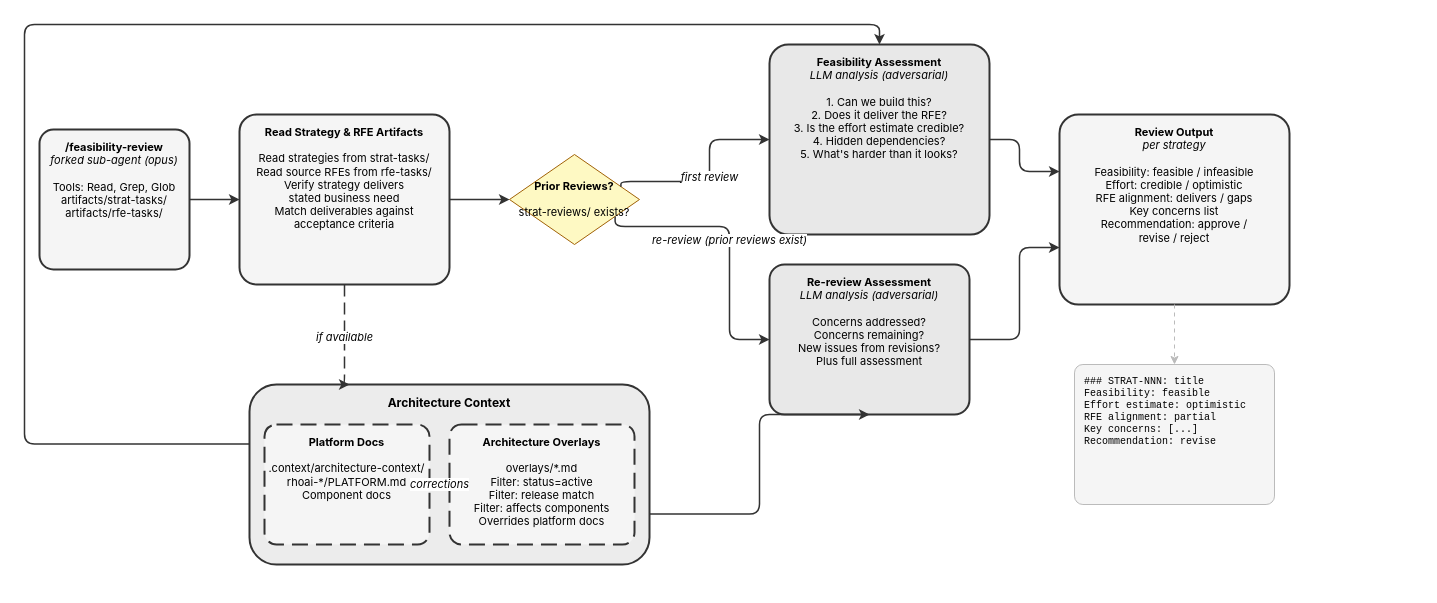
Earlier version of the draw.io diagram site/docs/plugins/rfe-creator/feasibility-review.drawio (fege/skills-registry). Source tidied: cells renumbered, new cells numbered last; positions are measured from the earlier drawing's top-left corner, leaving out a move shared by most shapes. Both pictures are drawn from the tidied source at 100%, with x=0, y=0 at pixel (24, 24).
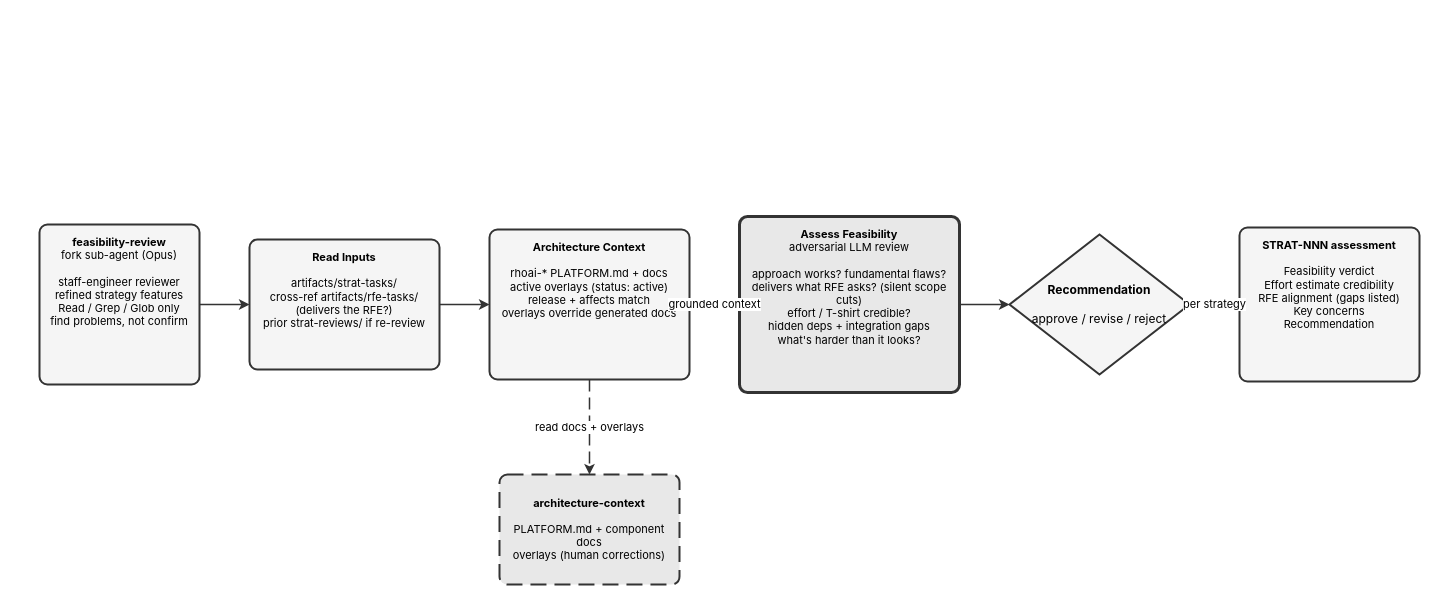
After the change.

The edit, as a diff of the source:
```diff
@@
-    <mxCell id="2" value="&lt;b&gt;/feasibility-review&lt;/b&gt;&lt;br&gt;&lt;i&gt;forked sub-agent (opus)&lt;/i&gt;&lt;br&gt;&lt;br&gt;Tools: Read, Grep, Glob&lt;br&gt;artifacts/strat-tasks/&lt;br&gt;artifacts/rfe-tasks/" style="rounded=1;whiteSpace=wrap;html=1;fillColor=#f5f5f5;strokeColor=#333333;strokeWidth=2;arcSize=10;verticalAlign=top;spacingTop=5;fontSize=11;fontFamily=Inter,Helvetica,Arial,sans-serif;" parent="1" vertex="1">
-      <mxGeometry x="15" y="105" width="150" height="140" as="geometry" />
+    <mxCell id="2" value="&lt;b&gt;feasibility-review&lt;/b&gt;&lt;br&gt;fork sub-agent (Opus)&lt;br&gt;&lt;br&gt;staff-engineer reviewer&lt;br&gt;refined strategy features&lt;br&gt;Read / Grep / Glob only&lt;br&gt;find problems, not confirm" style="rounded=1;whiteSpace=wrap;html=1;fillColor=#f5f5f5;strokeColor=#333333;strokeWidth=2;verticalAlign=top;spacingTop=5;fontSize=11;fontFamily=Inter,Helvetica,Arial,sans-serif;arcSize=16;absoluteArcSize=1;" parent="1" vertex="1">
+      <mxGeometry x="15" y="200" width="160" height="160" as="geometry" />
     </mxCell>
-    <mxCell id="3" value="&lt;b&gt;Read Strategy &amp; RFE Artifacts&lt;/b&gt;&lt;br&gt;&lt;br&gt;Read strategies from strat-tasks/&lt;br&gt;Read source RFEs from rfe-tasks/&lt;br&gt;Verify strategy delivers&lt;br&gt;stated business need&lt;br&gt;Match deliverables against&lt;br&gt;acceptance criteria" style="rounded=1;whiteSpace=wrap;html=1;fillColor=#f5f5f5;strokeColor=#333333;strokeWidth=2;arcSize=10;verticalAlign=top;spacingTop=5;fontSize=11;fontFamily=Inter,Helvetica,Arial,sans-serif;" parent="1" vertex="1">
-      <mxGeometry x="215" y="90" width="210" height="170" as="geometry" />
+    <mxCell id="3" value="&lt;b&gt;Read Inputs&lt;/b&gt;&lt;br&gt;&lt;br&gt;artifacts/strat-tasks/&lt;br&gt;cross-ref artifacts/rfe-tasks/ (delivers the RFE?)&lt;br&gt;prior strat-reviews/ if re-review" style="rounded=1;whiteSpace=wrap;html=1;fillColor=#f5f5f5;strokeColor=#333333;strokeWidth=2;verticalAlign=top;spacingTop=5;fontSize=11;fontFamily=Inter,Helvetica,Arial,sans-serif;arcSize=16;absoluteArcSize=1;" parent="1" vertex="1">
+      <mxGeometry x="225" y="215" width="190" height="130" as="geometry" />
     </mxCell>
-    <mxCell id="4" value="&lt;b&gt;Prior Reviews?&lt;/b&gt;&lt;br&gt;&lt;br&gt;strat-reviews/ exists?" style="rhombus;whiteSpace=wrap;html=1;fillColor=#fef9c3;strokeColor=#a16207;strokeWidth=1;arcSize=10;verticalAlign=middle;fontSize=11;fontFamily=Inter,Helvetica,Arial,sans-serif;" parent="1" vertex="1">
-      <mxGeometry x="485" y="130" width="130" height="90" as="geometry" />
-    </mxCell>
-    <mxCell id="5" value="&lt;b&gt;Architecture Context&lt;/b&gt;" style="rounded=1;whiteSpace=wrap;html=1;fillColor=#ececec;strokeColor=#333333;strokeWidth=2;verticalAlign=top;spacingTop=5;fontSize=12;fontStyle=1;fontFamily=Inter,Helvetica,Arial,sans-serif;" parent="1" vertex="1">
-      <mxGeometry x="225" y="360" width="400" height="180" as="geometry" />
-    </mxCell>
-    <mxCell id="6" value="&lt;b&gt;Platform Docs&lt;/b&gt;&lt;br&gt;&lt;br&gt;.context/architecture-context/&lt;br&gt;rhoai-*/PLATFORM.md&lt;br&gt;Component docs" style="rounded=1;whiteSpace=wrap;html=1;fillColor=#f5f5f5;strokeColor=#333333;strokeWidth=2;arcSize=10;dashed=1;dashPattern=8 4;verticalAlign=top;spacingTop=5;fontSize=11;fontFamily=Inter,Helvetica,Arial,sans-serif;" parent="5" vertex="1">
-      <mxGeometry x="15" y="40" width="165" height="120" as="geometry" />
-    </mxCell>
-    <mxCell id="7" value="&lt;b&gt;Architecture Overlays&lt;/b&gt;&lt;br&gt;&lt;br&gt;overlays/*.md&lt;br&gt;Filter: status=active&lt;br&gt;Filter: release match&lt;br&gt;Filter: affects components&lt;br&gt;Overrides platform docs" style="rounded=1;whiteSpace=wrap;html=1;fillColor=#f5f5f5;strokeColor=#333333;strokeWidth=2;arcSize=10;dashed=1;dashPattern=8 4;verticalAlign=top;spacingTop=5;fontSize=11;fontFamily=Inter,Helvetica,Arial,sans-serif;" parent="5" vertex="1">
-      <mxGeometry x="200" y="40" width="185" height="120" as="geometry" />
-    </mxCell>
+    <mxCell id="23" value="&lt;b&gt;Architecture Context&lt;/b&gt;&lt;br&gt;&lt;br&gt;rhoai-* PLATFORM.md + docs&lt;br&gt;active overlays (status: active)&lt;br&gt;release + affects match&lt;br&gt;overlays override generated docs" style="rounded=1;whiteSpace=wrap;html=1;fillColor=#f5f5f5;strokeColor=#333333;strokeWidth=2;verticalAlign=top;spacingTop=5;fontSize=11;fontFamily=Inter,Helvetica,Arial,sans-serif;arcSize=16;absoluteArcSize=1;" parent="1" vertex="1">
+      <mxGeometry x="465" y="205" width="200" height="150" as="geometry" />
+    </mxCell>
-    <mxCell id="8" value="&lt;b&gt;Feasibility Assessment&lt;/b&gt;&lt;br&gt;&lt;i&gt;LLM analysis (adversarial)&lt;/i&gt;&lt;br&gt;&lt;br&gt;1. Can we build this?&lt;br&gt;2. Does it deliver the RFE?&lt;br&gt;3. Is the effort estimate credible?&lt;br&gt;4. Hidden dependencies?&lt;br&gt;5. What's harder than it looks?" style="rounded=1;whiteSpace=wrap;html=1;fillColor=#e8e8e8;strokeColor=#333333;strokeWidth=2;arcSize=10;verticalAlign=top;spacingTop=5;fontSize=11;fontFamily=Inter,Helvetica,Arial,sans-serif;" parent="1" vertex="1">
-      <mxGeometry x="745" y="20" width="220" height="190" as="geometry" />
+    <mxCell id="8" value="&lt;b&gt;Assess Feasibility&lt;/b&gt;&lt;br&gt;adversarial LLM review&lt;br&gt;&lt;br&gt;approach works? fundamental flaws?&lt;br&gt;delivers what RFE asks? (silent scope cuts)&lt;br&gt;effort / T-shirt credible?&lt;br&gt;hidden deps + integration gaps&lt;br&gt;what's harder than it looks?" style="rounded=1;whiteSpace=wrap;html=1;fillColor=#e8e8e8;strokeColor=#333333;strokeWidth=3;verticalAlign=top;spacingTop=5;fontSize=11;fontFamily=Inter,Helvetica,Arial,sans-serif;double=1;arcSize=16;absoluteArcSize=1;" parent="1" vertex="1">
+      <mxGeometry x="715" y="192" width="220" height="176" as="geometry" />
     </mxCell>
-    <mxCell id="9" value="&lt;b&gt;Re-review Assessment&lt;/b&gt;&lt;br&gt;&lt;i&gt;LLM analysis (adversarial)&lt;/i&gt;&lt;br&gt;&lt;br&gt;Concerns addressed?&lt;br&gt;Concerns remaining?&lt;br&gt;New issues from revisions?&lt;br&gt;Plus full assessment" style="rounded=1;whiteSpace=wrap;html=1;fillColor=#e8e8e8;strokeColor=#333333;strokeWidth=2;arcSize=10;verticalAlign=top;spacingTop=5;fontSize=11;fontFamily=Inter,Helvetica,Arial,sans-serif;" parent="1" vertex="1">
-      <mxGeometry x="745" y="240" width="200" height="150" as="geometry" />
-    </mxCell>
-    <mxCell id="10" value="&lt;b&gt;Review Output&lt;/b&gt;&lt;br&gt;&lt;i&gt;per strategy&lt;/i&gt;&lt;br&gt;&lt;br&gt;Feasibility: feasible / infeasible&lt;br&gt;Effort: credible / optimistic&lt;br&gt;RFE alignment: delivers / gaps&lt;br&gt;Key concerns list&lt;br&gt;Recommendation: approve /&lt;br&gt;revise / reject" style="rounded=1;whiteSpace=wrap;html=1;fillColor=#f5f5f5;strokeColor=#333333;strokeWidth=2;arcSize=10;verticalAlign=top;spacingTop=5;fontSize=11;fontFamily=Inter,Helvetica,Arial,sans-serif;" parent="1" vertex="1">
-      <mxGeometry x="1035" y="90" width="230" height="190" as="geometry" />
-    </mxCell>
-    <mxCell id="11" value="### STRAT-NNN: title&lt;br&gt;Feasibility: feasible&lt;br&gt;Effort estimate: optimistic&lt;br&gt;RFE alignment: partial&lt;br&gt;Key concerns: [...]&lt;br&gt;Recommendation: revise" style="rounded=1;whiteSpace=wrap;html=1;fillColor=#f5f5f5;strokeColor=#bbbbbb;strokeWidth=1;arcSize=6;verticalAlign=top;spacingTop=5;align=left;spacingLeft=8;fontSize=10;fontFamily=JetBrains Mono,Courier New,monospace;" parent="1" vertex="1">
-      <mxGeometry x="1050" y="340" width="200" height="140" as="geometry" />
-    </mxCell>
+    <mxCell id="24" value="&lt;b&gt;Recommendation&lt;/b&gt;&lt;br&gt;&lt;br&gt;approve / revise / reject" style="rhombus;whiteSpace=wrap;html=1;fillColor=#f5f5f5;strokeColor=#333333;strokeWidth=2;fontSize=12;fontFamily=Inter,Helvetica,Arial,sans-serif;" parent="1" vertex="1">
+      <mxGeometry x="985" y="210" width="180" height="140" as="geometry" />
+    </mxCell>
+    <mxCell id="25" value="&lt;b&gt;STRAT-NNN assessment&lt;/b&gt;&lt;br&gt;&lt;br&gt;Feasibility verdict&lt;br&gt;Effort estimate credibility&lt;br&gt;RFE alignment (gaps listed)&lt;br&gt;Key concerns&lt;br&gt;Recommendation" style="rounded=1;whiteSpace=wrap;html=1;fillColor=#f5f5f5;strokeColor=#333333;strokeWidth=2;verticalAlign=top;spacingTop=5;fontSize=11;fontFamily=Inter,Helvetica,Arial,sans-serif;arcSize=16;absoluteArcSize=1;" parent="1" vertex="1">
+      <mxGeometry x="1215" y="203" width="180" height="154" as="geometry" />
+    </mxCell>
+    <mxCell id="26" value="&lt;b&gt;architecture-context&lt;/b&gt;&lt;br&gt;&lt;br&gt;PLATFORM.md + component docs&lt;br&gt;overlays (human corrections)" style="rounded=1;whiteSpace=wrap;html=1;fillColor=#e8e8e8;strokeColor=#333333;strokeWidth=2;dashed=1;dashPattern=8 4;verticalAlign=middle;fontSize=11;fontFamily=Inter,Helvetica,Arial,sans-serif;arcSize=16;absoluteArcSize=1;" parent="1" vertex="1">
+      <mxGeometry x="475" y="450" width="180" height="110" as="geometry" />
+    </mxCell>
-    <mxCell id="12" style="edgeStyle=orthogonalEdgeStyle;rounded=1;strokeColor=#333333;strokeWidth=1.5;html=1;fontFamily=Inter,Helvetica,Arial,sans-serif;exitX=1;exitY=0.5;exitDx=0;exitDy=0;entryX=0;entryY=0.5;entryDx=0;entryDy=0;" parent="1" edge="1" source="2" target="3">
+    <mxCell id="12" style="edgeStyle=orthogonalEdgeStyle;rounded=1;strokeColor=#333333;strokeWidth=1.5;html=1;fontFamily=Inter,Helvetica,Arial,sans-serif;exitX=1.0;exitY=0.5;exitDx=0;exitDy=0;entryX=0.0;entryY=0.5;entryDx=0;entryDy=0;" parent="1" edge="1" source="2" target="3">
       <mxGeometry relative="1" as="geometry" />
     </mxCell>
-    <mxCell id="13" style="edgeStyle=orthogonalEdgeStyle;rounded=1;strokeColor=#333333;strokeWidth=1.5;html=1;fontFamily=Inter,Helvetica,Arial,sans-serif;exitX=1;exitY=0.5;exitDx=0;exitDy=0;entryX=0;entryY=0.5;entryDx=0;entryDy=0;" parent="1" edge="1" source="3" target="4">
-      <mxGeometry relative="1" as="geometry" />
-    </mxCell>
-    <mxCell id="14" value="if available" style="edgeStyle=orthogonalEdgeStyle;rounded=1;strokeColor=#333333;strokeWidth=1.5;dashed=1;dashPattern=8 4;html=1;fontStyle=2;fontSize=11;fontFamily=Inter,Helvetica,Arial,sans-serif;exitX=0.5;exitY=1;exitDx=0;exitDy=0;entryX=0.25;entryY=0;entryDx=0;entryDy=0;" parent="1" edge="1" source="3" target="5">
-      <mxGeometry relative="1" as="geometry">
-        <Array as="points">
-          <mxPoint x="320" y="360" />
-        </Array>
-      </mxGeometry>
-    </mxCell>
-    <mxCell id="15" value="corrections" style="edgeStyle=orthogonalEdgeStyle;rounded=1;strokeColor=#333333;strokeWidth=1.5;html=1;fontStyle=2;fontSize=11;fontFamily=Inter,Helvetica,Arial,sans-serif;exitX=1;exitY=0.5;exitDx=0;exitDy=0;entryX=0;entryY=0.5;entryDx=0;entryDy=0;" parent="1" edge="1" source="6" target="7">
-      <mxGeometry relative="1" as="geometry" />
-    </mxCell>
-    <mxCell id="16" value="first review" style="edgeStyle=orthogonalEdgeStyle;rounded=1;strokeColor=#333333;strokeWidth=1.5;html=1;fontStyle=2;fontSize=11;fontFamily=Inter,Helvetica,Arial,sans-serif;exitX=1;exitY=0.3;exitDx=0;exitDy=0;entryX=0;entryY=0.5;entryDx=0;entryDy=0;" parent="1" edge="1" source="4" target="8">
-      <mxGeometry relative="1" as="geometry">
-        <Array as="points">
-          <mxPoint x="685" y="157" />
-          <mxPoint x="685" y="115" />
-        </Array>
-      </mxGeometry>
-    </mxCell>
-    <mxCell id="17" value="re-review (prior reviews exist)" style="edgeStyle=orthogonalEdgeStyle;rounded=1;strokeColor=#333333;strokeWidth=1.5;html=1;fontStyle=2;fontSize=11;fontFamily=Inter,Helvetica,Arial,sans-serif;exitX=1;exitY=0.8;exitDx=0;exitDy=0;entryX=0;entryY=0.5;entryDx=0;entryDy=0;" parent="1" edge="1" source="4" target="9">
-      <mxGeometry relative="1" as="geometry">
-        <Array as="points">
-          <mxPoint x="705" y="202" />
-          <mxPoint x="705" y="315" />
-        </Array>
-      </mxGeometry>
-    </mxCell>
-    <mxCell id="18" style="edgeStyle=orthogonalEdgeStyle;rounded=1;strokeColor=#333333;strokeWidth=1.5;html=1;fontFamily=Inter,Helvetica,Arial,sans-serif;exitX=0;exitY=0.33;exitDx=0;exitDy=0;entryX=0.5;entryY=0;entryDx=0;entryDy=0;" parent="1" edge="1" source="5" target="8">
-      <mxGeometry relative="1" as="geometry">
-        <Array as="points">
-          <mxPoint y="420" />
-          <mxPoint />
-          <mxPoint x="855" />
-        </Array>
-      </mxGeometry>
-    </mxCell>
-    <mxCell id="19" style="edgeStyle=orthogonalEdgeStyle;rounded=1;strokeColor=#333333;strokeWidth=1.5;html=1;fontFamily=Inter,Helvetica,Arial,sans-serif;exitX=1;exitY=0.72;exitDx=0;exitDy=0;entryX=0.5;entryY=1;entryDx=0;entryDy=0;" parent="1" edge="1" source="5" target="9">
-      <mxGeometry relative="1" as="geometry">
-        <Array as="points">
-          <mxPoint x="735" y="490" />
-          <mxPoint x="735" y="390" />
-          <mxPoint x="845" y="390" />
-        </Array>
-      </mxGeometry>
-    </mxCell>
-    <mxCell id="20" style="edgeStyle=orthogonalEdgeStyle;rounded=1;strokeColor=#333333;strokeWidth=1.5;html=1;fontFamily=Inter,Helvetica,Arial,sans-serif;exitX=1;exitY=0.5;exitDx=0;exitDy=0;entryX=0;entryY=0.3;entryDx=0;entryDy=0;" parent="1" edge="1" source="8" target="10">
-      <mxGeometry relative="1" as="geometry">
-        <Array as="points">
-          <mxPoint x="995" y="115" />
-          <mxPoint x="995" y="147" />
-        </Array>
-      </mxGeometry>
-    </mxCell>
-    <mxCell id="21" style="edgeStyle=orthogonalEdgeStyle;rounded=1;strokeColor=#333333;strokeWidth=1.5;html=1;fontFamily=Inter,Helvetica,Arial,sans-serif;exitX=1;exitY=0.5;exitDx=0;exitDy=0;entryX=0;entryY=0.7;entryDx=0;entryDy=0;" parent="1" edge="1" source="9" target="10">
-      <mxGeometry relative="1" as="geometry">
-        <Array as="points">
-          <mxPoint x="995" y="315" />
-          <mxPoint x="995" y="223" />
-        </Array>
-      </mxGeometry>
-    </mxCell>
-    <mxCell id="22" style="edgeStyle=orthogonalEdgeStyle;rounded=1;strokeColor=#bbbbbb;strokeWidth=1;dashed=1;dashPattern=4 4;html=1;fontFamily=Inter,Helvetica,Arial,sans-serif;exitX=0.5;exitY=1;exitDx=0;exitDy=0;entryX=0.5;entryY=0;entryDx=0;entryDy=0;" parent="1" edge="1" source="10" target="11">
-      <mxGeometry relative="1" as="geometry">
-        <Array as="points">
-          <mxPoint x="1150" y="340" />
-        </Array>
-      </mxGeometry>
-    </mxCell>
+    <mxCell id="27" style="edgeStyle=orthogonalEdgeStyle;rounded=1;strokeColor=#333333;strokeWidth=1.5;html=1;fontFamily=Inter,Helvetica,Arial,sans-serif;exitX=1.0;exitY=0.5;exitDx=0;exitDy=0;entryX=0.0;entryY=0.5;entryDx=0;entryDy=0;" parent="1" edge="1" source="3" target="23">
+      <mxGeometry relative="1" as="geometry" />
+    </mxCell>
+    <mxCell id="28" value="grounded context" style="edgeStyle=orthogonalEdgeStyle;rounded=1;strokeColor=#333333;strokeWidth=1.5;html=1;fontFamily=Inter,Helvetica,Arial,sans-serif;exitX=1.0;exitY=0.5;exitDx=0;exitDy=0;entryX=0.0;entryY=0.5;entryDx=0;entryDy=0;" parent="1" edge="1" source="23" target="8">
+      <mxGeometry relative="1" as="geometry" />
+    </mxCell>
+    <mxCell id="29" style="edgeStyle=orthogonalEdgeStyle;rounded=1;strokeColor=#333333;strokeWidth=1.5;html=1;fontFamily=Inter,Helvetica,Arial,sans-serif;exitX=1.0;exitY=0.5;exitDx=0;exitDy=0;entryX=0.0;entryY=0.5;entryDx=0;entryDy=0;" parent="1" edge="1" source="8" target="24">
+      <mxGeometry relative="1" as="geometry" />
+    </mxCell>
+    <mxCell id="30" value="per strategy" style="edgeStyle=orthogonalEdgeStyle;rounded=1;strokeColor=#333333;strokeWidth=1.5;html=1;fontFamily=Inter,Helvetica,Arial,sans-serif;exitX=1.0;exitY=0.5;exitDx=0;exitDy=0;entryX=0.0;entryY=0.5;entryDx=0;entryDy=0;" parent="1" edge="1" source="24" target="25">
+      <mxGeometry relative="1" as="geometry" />
+    </mxCell>
+    <mxCell id="31" value="read docs + overlays" style="edgeStyle=orthogonalEdgeStyle;rounded=1;strokeColor=#333333;strokeWidth=1.5;html=1;fontFamily=Inter,Helvetica,Arial,sans-serif;dashed=1;dashPattern=8 4;exitX=0.5;exitY=1.0;exitDx=0;exitDy=0;entryX=0.5;entryY=0.0;entryDx=0;entryDy=0;" parent="1" edge="1" source="23" target="26">
+      <mxGeometry relative="1" as="geometry" />
+    </mxCell>
```
